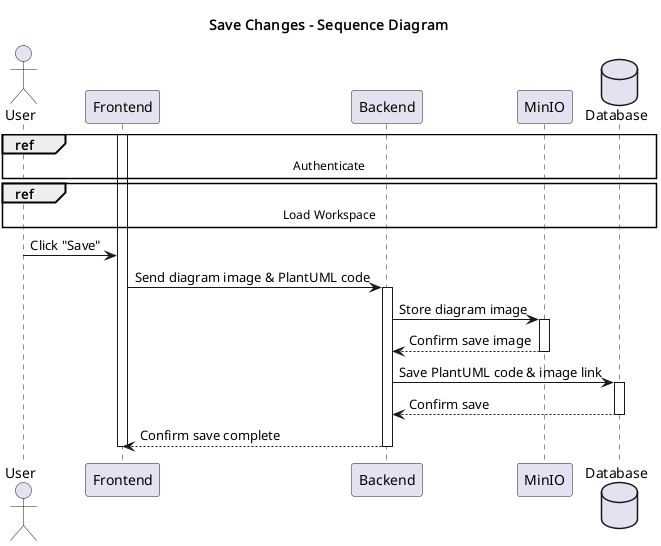
Earlier version of the PlantUML export conception/SprintIV/sequence_diagrams/sequence_workspaceManagement_save_changes.png (souhaib-askri/report_pfe).
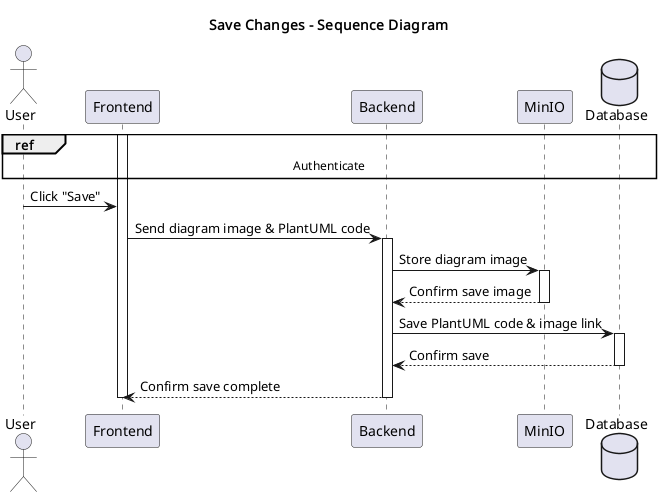
Above is the later version.

The edit, as a diff of the source:
```diff
@@ -9,7 +9,7 @@
 
 ref over User, Database: Authenticate
 
-ref over User, Database: Load Workspace
+
 
 activate Frontend
 
```
